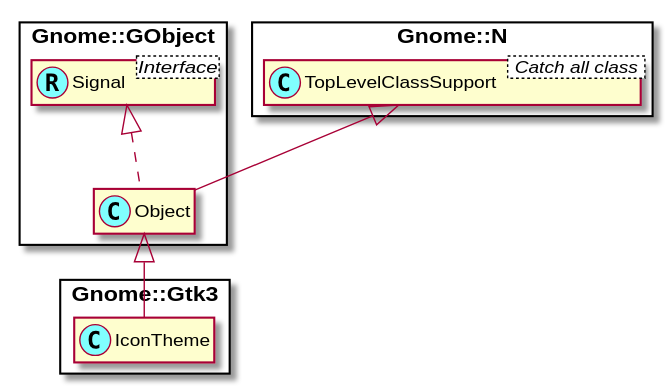
Earlier version of the PlantUML export docs/content-docs/reference/Gtk3/plantuml/IconTheme.svg (MARTIMM/gnome-gtk3).
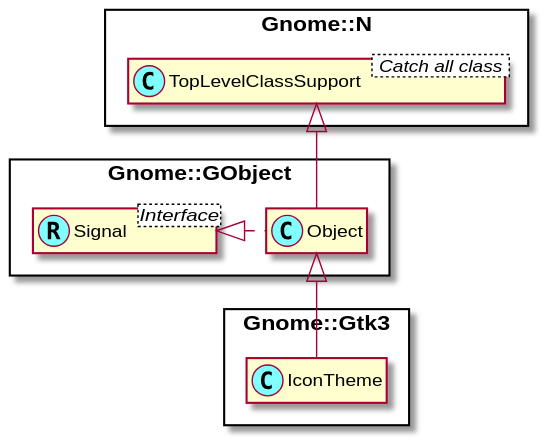
The same file after the commit.

Commit message:
improve uml

Diff of the diagram source:
```diff
@@ -3,7 +3,6 @@
 skinparam stereotypeCBackgroundColor #80ffff
 set namespaceSeparator ::
 hide members
-
 
 Interface Gnome::GObject::Signal <Interface>
 class Gnome::GObject::Signal <<(R,#80ffff)>>
@@ -12,5 +11,5 @@
 Gnome::N::TopLevelClassSupport <|-- Gnome::GObject::Object
 
 Gnome::GObject::Object <|-- Gnome::Gtk3::IconTheme
-Gnome::GObject::Signal <|.. Gnome::GObject::Object
+Gnome::GObject::Signal <|. Gnome::GObject::Object
 @enduml
```
